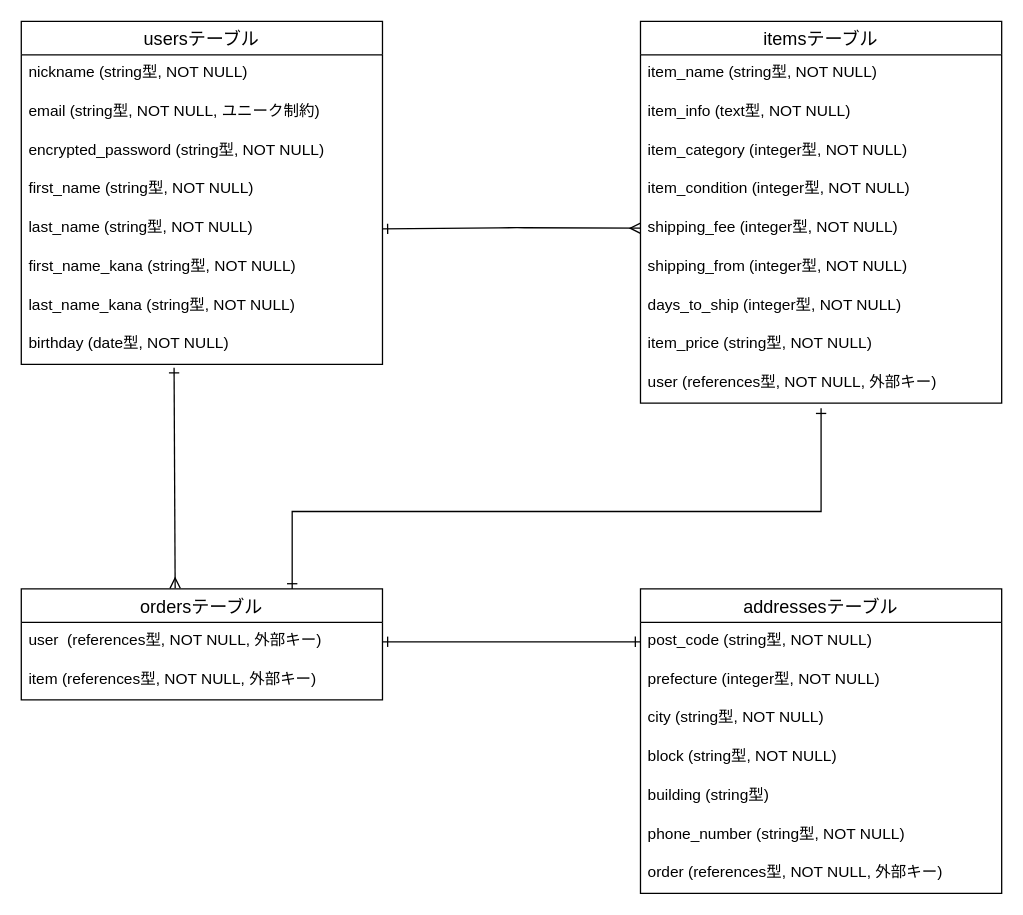
Above: furima.dio in teguchi0920/furima-38847 (draw.io), before the change. Source tidied: cells renumbered, new cells numbered last; positions are measured from the earlier drawing's top-left corner, leaving out a move shared by most shapes. Both pictures are drawn from the tidied source at 129%, with x=0, y=0 at pixel (21, 21).
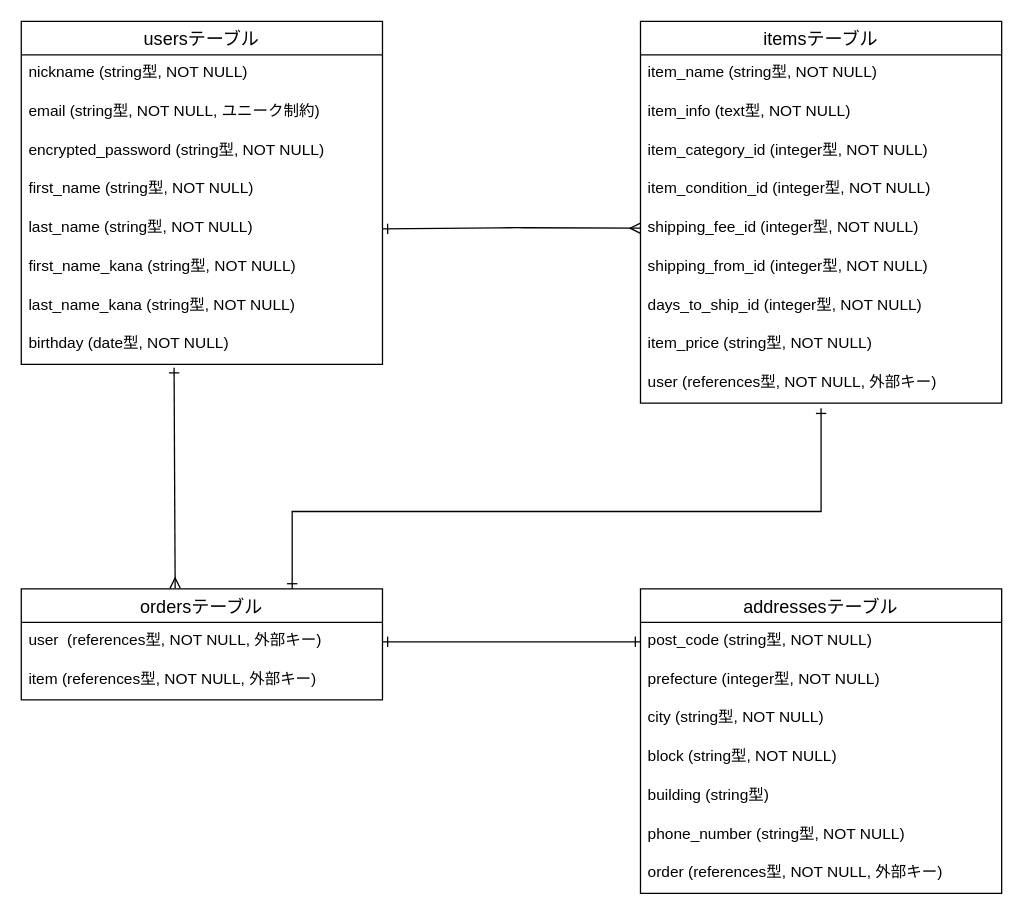
The same page after the edit.

Commit message (it also covers changes not shown here):
active_hash実装予定のためカラム名に_idを追加

The change refers to these unchanged cells:
```xml
<mxCell id="11" value="itemsテーブル" style="swimlane;fontStyle=0;horizontal=1;startSize=26;align=center;fontSize=14;" parent="1" vertex="1">
  <mxGeometry x="480" width="280" height="296" as="geometry" />
</mxCell>
```

Change to the diagram source:
```diff
@@
-    <mxCell id="14" value="item_category (integer型, NOT NULL)" style="text;strokeColor=none;fillColor=none;spacingLeft=4;spacingRight=4;overflow=hidden;fontSize=12;" parent="11" vertex="1">
+    <mxCell id="14" value="item_category_id (integer型, NOT NULL)" style="text;strokeColor=none;fillColor=none;spacingLeft=4;spacingRight=4;overflow=hidden;fontSize=12;" parent="11" vertex="1">
       <mxGeometry y="86" width="280" height="30" as="geometry" />
     </mxCell>
-    <mxCell id="15" value="item_condition (integer型, NOT NULL)" style="text;strokeColor=none;fillColor=none;spacingLeft=4;spacingRight=4;overflow=hidden;fontSize=12;" parent="11" vertex="1">
+    <mxCell id="15" value="item_condition_id (integer型, NOT NULL)" style="text;strokeColor=none;fillColor=none;spacingLeft=4;spacingRight=4;overflow=hidden;fontSize=12;" parent="11" vertex="1">
       <mxGeometry y="116" width="280" height="30" as="geometry" />
     </mxCell>
-    <mxCell id="16" value="shipping_fee (integer型, NOT NULL)" style="text;strokeColor=none;fillColor=none;spacingLeft=4;spacingRight=4;overflow=hidden;points=[[0,0.5],[1,0.5]];portConstraint=eastwest;fontSize=12;" parent="11" vertex="1">
+    <mxCell id="16" value="shipping_fee_id (integer型, NOT NULL)" style="text;strokeColor=none;fillColor=none;spacingLeft=4;spacingRight=4;overflow=hidden;points=[[0,0.5],[1,0.5]];portConstraint=eastwest;fontSize=12;" parent="11" vertex="1">
       <mxGeometry y="146" width="280" height="30" as="geometry" />
     </mxCell>
-    <mxCell id="17" value="shipping_from (integer型, NOT NULL)" style="text;strokeColor=none;fillColor=none;spacingLeft=4;spacingRight=4;overflow=hidden;fontSize=12;" parent="11" vertex="1">
+    <mxCell id="17" value="shipping_from_id (integer型, NOT NULL)" style="text;strokeColor=none;fillColor=none;spacingLeft=4;spacingRight=4;overflow=hidden;fontSize=12;" parent="11" vertex="1">
       <mxGeometry y="176" width="280" height="30" as="geometry" />
     </mxCell>
-    <mxCell id="18" value="days_to_ship (integer型, NOT NULL)" style="text;strokeColor=none;fillColor=none;spacingLeft=4;spacingRight=4;overflow=hidden;fontSize=12;" parent="11" vertex="1">
+    <mxCell id="18" value="days_to_ship_id (integer型, NOT NULL)" style="text;strokeColor=none;fillColor=none;spacingLeft=4;spacingRight=4;overflow=hidden;fontSize=12;" parent="11" vertex="1">
       <mxGeometry y="206" width="280" height="30" as="geometry" />
     </mxCell>
```
